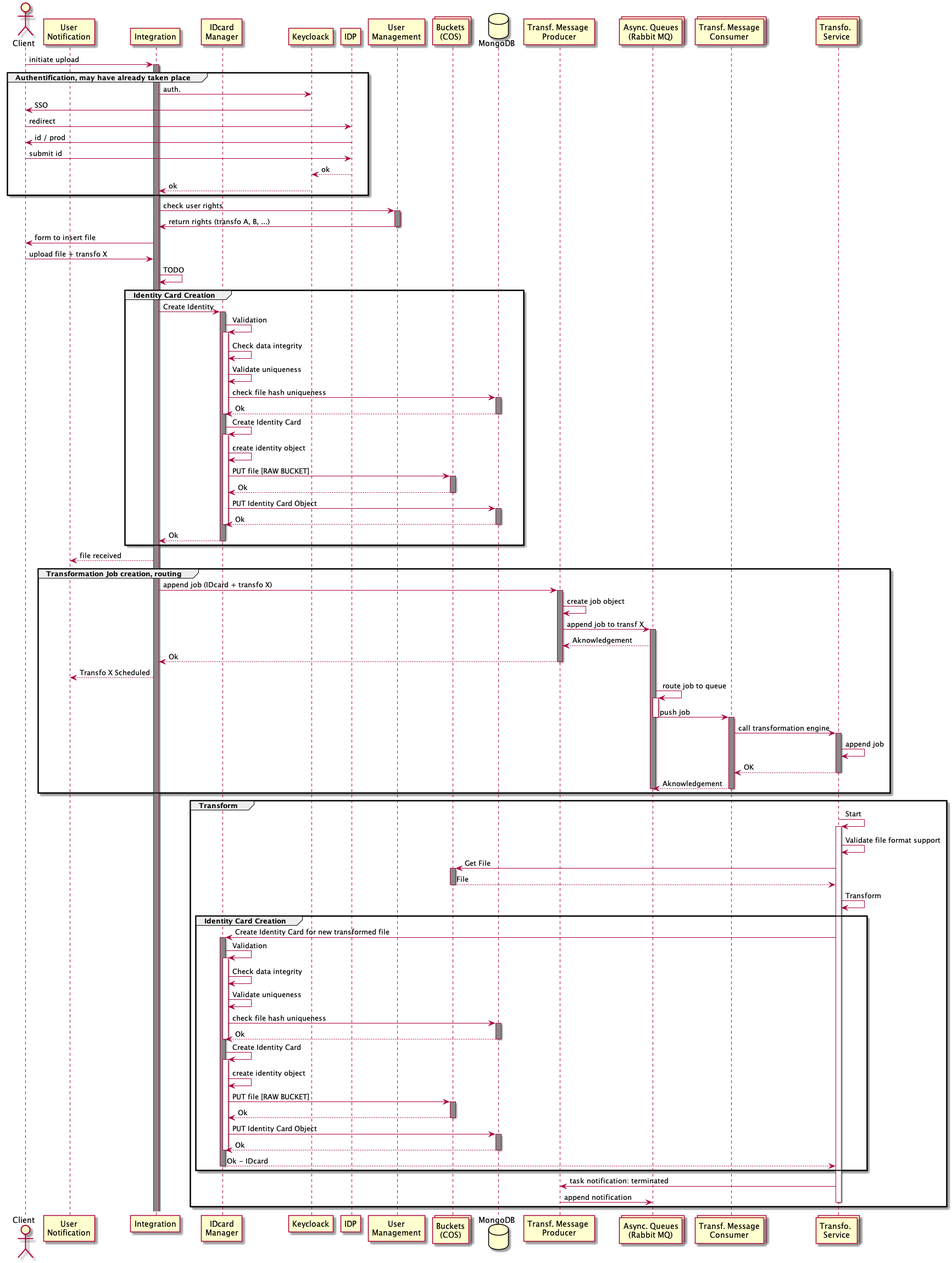
Before: 01.byd-DataFactory/1.ArchitectureDossier/images/DiagramLibrary/0510.SeqIngestTransformationJob.png, a diagram exported from PlantUML (cogirep/documentation).
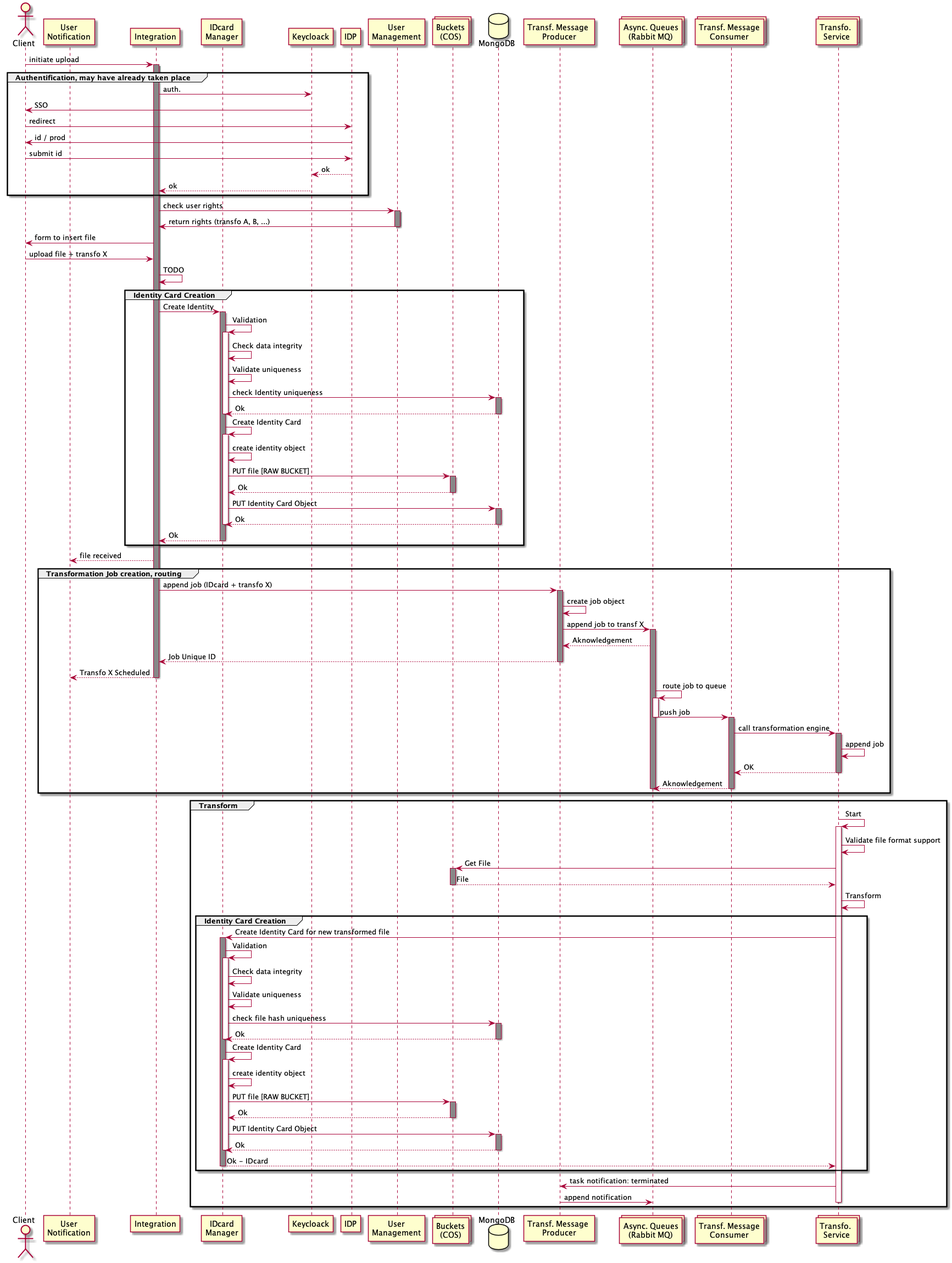
After the commit.

Commit message:
updating DiagramLibrary/0510.SeqIngestTransformationJob

Change to the diagram source:
```diff
@@ -38,7 +38,7 @@
 activate IDcard
 IDcard -> IDcard: Check data integrity
 IDcard -> IDcard : Validate uniqueness
-IDcard -> MongoDB : check file hash uniqueness
+IDcard -> MongoDB : check Identity uniqueness
 activate MongoDB #888888
 MongoDB --> IDcard : Ok
 deactivate MongoDB
@@ -68,9 +68,10 @@
 RabbitProducer -> Rabbit : append job to transf X
 activate Rabbit #888888
 Rabbit --> RabbitProducer : Aknowledgement
-RabbitProducer --> Integration : Ok
+RabbitProducer --> Integration : Job Unique ID
 deactivate RabbitProducer
 Integration --> Notif: Transfo X Scheduled
+deactivate Integration
 Rabbit -> Rabbit: route job to queue
 activate Rabbit
 Rabbit -> RabbitConsumer: push job
```
